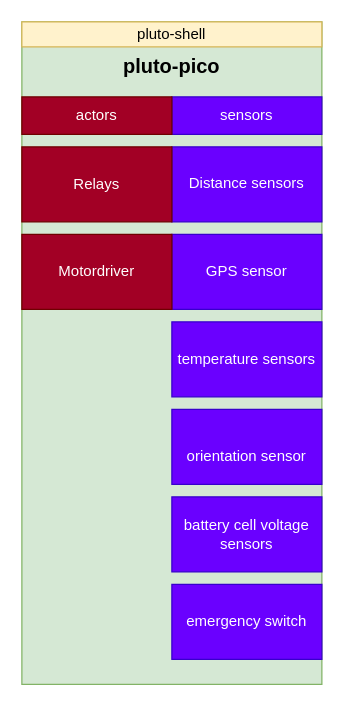
The draw.io diagram page "Pluto-pico" (2 of 3) of docs/pluto_pico.drawio in jruelli/pluto_docu, before the edit. Source tidied: cells renumbered, new cells numbered last; positions are measured from the earlier drawing's top-left corner, leaving out a move shared by most shapes. Both pictures are drawn from the tidied source at 125%, with x=0, y=0 at pixel (21, 21).
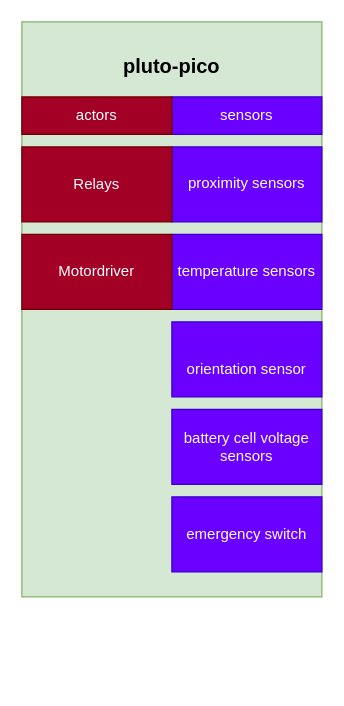
The same page after the edit.

What changed in the source:
```diff
@@
 <mxGraphModel>
   <root>
     <mxCell id="0" />
     <mxCell id="1" parent="0" />
     <mxCell id="2" style="rounded=0;whiteSpace=wrap;html=1;fontSize=12;fillColor=#d5e8d4;strokeColor=#82b366;verticalAlign=middle;" parent="1" vertex="1">
-      <mxGeometry width="240" height="530" as="geometry" />
+      <mxGeometry width="240" height="460" as="geometry" />
     </mxCell>
     <mxCell id="3" value="&lt;b&gt;&lt;font style=&quot;font-size: 16px;&quot;&gt;pluto-pico&lt;/font&gt;&lt;/b&gt;" style="text;html=1;strokeColor=none;fillColor=none;align=center;verticalAlign=middle;whiteSpace=wrap;rounded=0;" parent="1" vertex="1">
       <mxGeometry x="80" y="20" width="80" height="30" as="geometry" />
     </mxCell>
     <mxCell id="4" value="sensors" style="rounded=0;whiteSpace=wrap;html=1;fontSize=12;fillColor=#6a00ff;strokeColor=#3700CC;fontColor=#ffffff;" parent="1" vertex="1">
       <mxGeometry x="120" y="60" width="120" height="30" as="geometry" />
     </mxCell>
     <mxCell id="5" value="actors" style="rounded=0;whiteSpace=wrap;html=1;fontSize=12;fillColor=#a20025;fontColor=#ffffff;strokeColor=#6F0000;" parent="1" vertex="1">
       <mxGeometry y="60" width="120" height="30" as="geometry" />
     </mxCell>
-    <mxCell id="6" value="&lt;font style=&quot;font-size: 12px;&quot;&gt;pluto-shell&lt;/font&gt;" style="rounded=0;whiteSpace=wrap;html=1;fontSize=12;fillColor=#fff2cc;strokeColor=#d6b656;" parent="1" vertex="1">
-      <mxGeometry width="240" height="20" as="geometry" />
-    </mxCell>
-    <mxCell id="7" value="&lt;br&gt;Distance sensors&lt;br&gt;&lt;h1 class=&quot;product-meta__title heading h1&quot;&gt;&lt;/h1&gt;" style="rounded=0;whiteSpace=wrap;html=1;fillColor=#6a00ff;strokeColor=#3700CC;fontColor=#ffffff;" parent="1" vertex="1">
+    <mxCell id="7" value="&lt;br&gt;proximity sensors&lt;br&gt;&lt;h1 class=&quot;product-meta__title heading h1&quot;&gt;&lt;/h1&gt;" style="rounded=0;whiteSpace=wrap;html=1;fillColor=#6a00ff;strokeColor=#3700CC;fontColor=#ffffff;" parent="1" vertex="1">
       <mxGeometry x="120" y="100" width="120" height="60" as="geometry" />
     </mxCell>
-    <mxCell id="8" value="GPS sensor" style="rounded=0;whiteSpace=wrap;html=1;fillColor=#6a00ff;strokeColor=#3700CC;fontColor=#ffffff;" parent="1" vertex="1">
-      <mxGeometry x="120" y="170" width="120" height="60" as="geometry" />
-    </mxCell>
     <mxCell id="9" value="temperature sensors" style="rounded=0;whiteSpace=wrap;html=1;fillColor=#6a00ff;strokeColor=#3700CC;fontColor=#ffffff;" parent="1" vertex="1">
-      <mxGeometry x="120" y="240" width="120" height="60" as="geometry" />
+      <mxGeometry x="120" y="170" width="120" height="60" as="geometry" />
     </mxCell>
     <mxCell id="10" value="&lt;div class=&quot;line-block&quot;&gt;&lt;br&gt;&lt;div class=&quot;line&quot;&gt;orientation sensor&lt;/div&gt;&lt;/div&gt;" style="rounded=0;whiteSpace=wrap;html=1;fillColor=#6a00ff;strokeColor=#3700CC;fontColor=#ffffff;" parent="1" vertex="1">
-      <mxGeometry x="120" y="310" width="120" height="60" as="geometry" />
+      <mxGeometry x="120" y="240" width="120" height="60" as="geometry" />
     </mxCell>
     <mxCell id="11" value="&lt;div class=&quot;line-block&quot;&gt;battery cell voltage sensors&lt;/div&gt;" style="rounded=0;whiteSpace=wrap;html=1;fillColor=#6a00ff;strokeColor=#3700CC;fontColor=#ffffff;" parent="1" vertex="1">
-      <mxGeometry x="120" y="380" width="120" height="60" as="geometry" />
+      <mxGeometry x="120" y="310" width="120" height="60" as="geometry" />
     </mxCell>
     <mxCell id="12" value="&lt;div class=&quot;line-block&quot;&gt;emergency switch&lt;/div&gt;" style="rounded=0;whiteSpace=wrap;html=1;fillColor=#6a00ff;strokeColor=#3700CC;fontColor=#ffffff;" parent="1" vertex="1">
-      <mxGeometry x="120" y="450" width="120" height="60" as="geometry" />
+      <mxGeometry x="120" y="380" width="120" height="60" as="geometry" />
     </mxCell>
     <mxCell id="13" value="Motordriver" style="rounded=0;whiteSpace=wrap;html=1;fillColor=#a20025;fontColor=#ffffff;strokeColor=#6F0000;" parent="1" vertex="1">
       <mxGeometry y="170" width="120" height="60" as="geometry" />
     </mxCell>
     <mxCell id="14" value="Relays" style="rounded=0;whiteSpace=wrap;html=1;fillColor=#a20025;fontColor=#ffffff;strokeColor=#6F0000;" parent="1" vertex="1">
       <mxGeometry y="100" width="120" height="60" as="geometry" />
     </mxCell>
   </root>
 </mxGraphModel>
```
